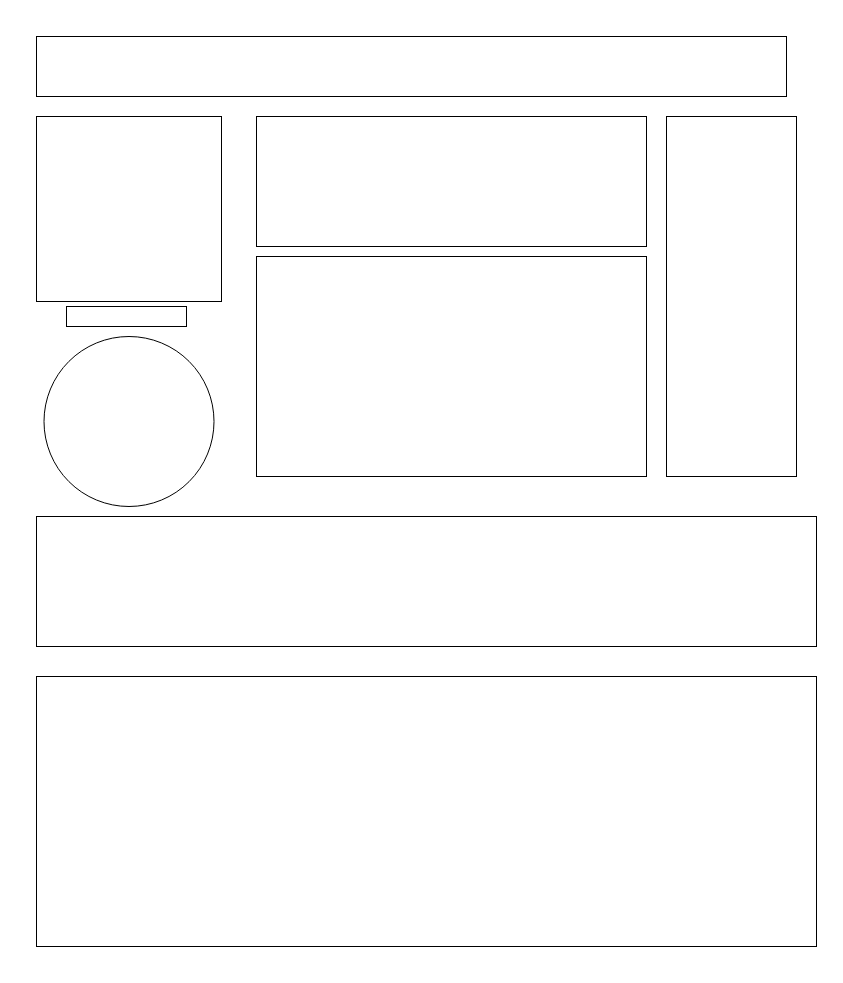
This is layout.drawio from ASDAH-Digtal/91880-91884-Manuhavea, a draw.io file, before an edit. Source tidied: cells renumbered, new cells numbered last; positions are measured from the earlier drawing's top-left corner, leaving out a move shared by most shapes. Both pictures are drawn from the tidied source at 100%, with x=0, y=0 at pixel (36, 36).
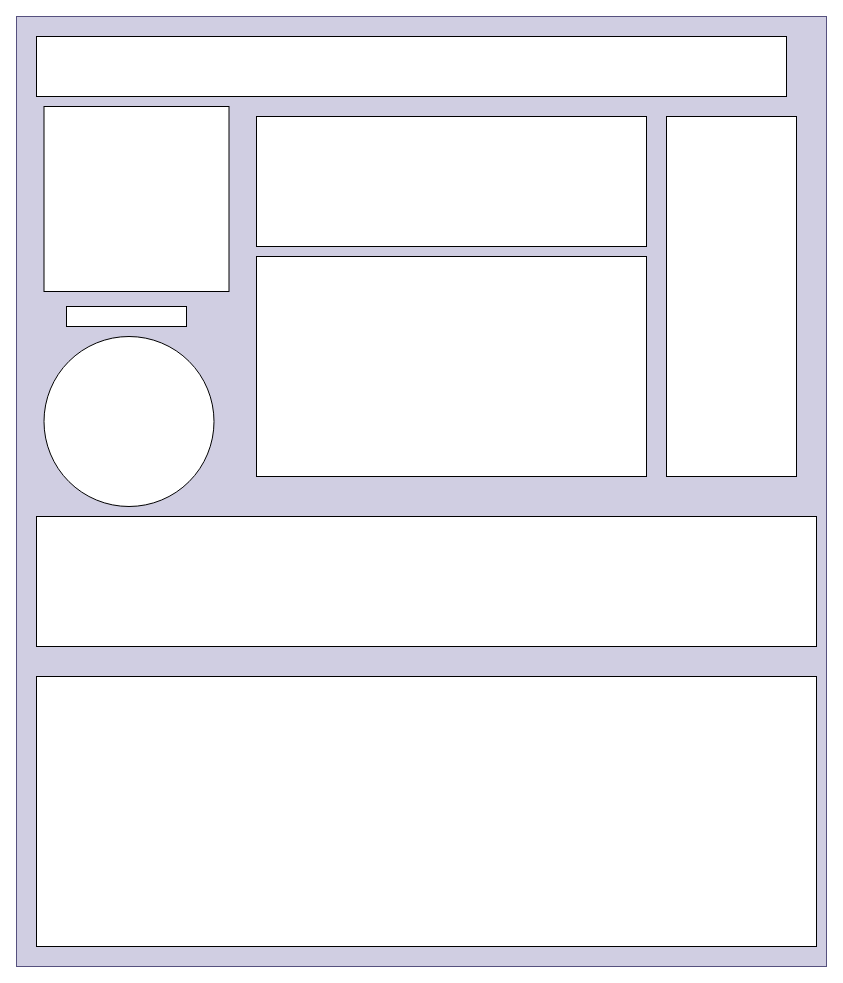
The same diagram, later.

What changed in the source:
```diff
@@
 <mxGraphModel>
   <root>
     <mxCell id="0" />
     <mxCell id="1" parent="0" />
+    <mxCell id="11" style="rounded=0;whiteSpace=wrap;html=1;fillColor=#d0cee2;strokeColor=#56517e;" parent="1" vertex="1">
+      <mxGeometry x="-20" y="-20" width="810" height="950" as="geometry" />
+    </mxCell>
     <mxCell id="2" style="rounded=0;whiteSpace=wrap;html=1;" parent="1" vertex="1">
       <mxGeometry y="640" width="780" height="270" as="geometry" />
     </mxCell>
     <mxCell id="3" style="rounded=0;whiteSpace=wrap;html=1;" parent="1" vertex="1">
       <mxGeometry x="630" y="80" width="130" height="360" as="geometry" />
     </mxCell>
     <mxCell id="4" style="rounded=0;whiteSpace=wrap;html=1;" parent="1" vertex="1">
       <mxGeometry x="220" y="80" width="390" height="130" as="geometry" />
     </mxCell>
     <mxCell id="5" style="rounded=0;whiteSpace=wrap;html=1;" parent="1" vertex="1">
       <mxGeometry x="220" y="220" width="390" height="220" as="geometry" />
     </mxCell>
     <mxCell id="6" style="whiteSpace=wrap;html=1;" parent="1" vertex="1">
-      <mxGeometry y="80" width="185" height="185" as="geometry" />
+      <mxGeometry x="7.5" y="70" width="185" height="185" as="geometry" />
     </mxCell>
     <mxCell id="7" style="rounded=0;whiteSpace=wrap;html=1;" parent="1" vertex="1">
       <mxGeometry y="480" width="780" height="130" as="geometry" />
     </mxCell>
     <mxCell id="8" style="ellipse;whiteSpace=wrap;html=1;" parent="1" vertex="1">
       <mxGeometry x="7.5" y="300" width="170" height="170" as="geometry" />
     </mxCell>
     <mxCell id="9" style="rounded=0;whiteSpace=wrap;html=1;" parent="1" vertex="1">
       <mxGeometry width="750" height="60" as="geometry" />
     </mxCell>
     <mxCell id="10" style="rounded=0;whiteSpace=wrap;html=1;" parent="1" vertex="1">
       <mxGeometry x="30" y="270" width="120" height="20" as="geometry" />
     </mxCell>
   </root>
 </mxGraphModel>
```
